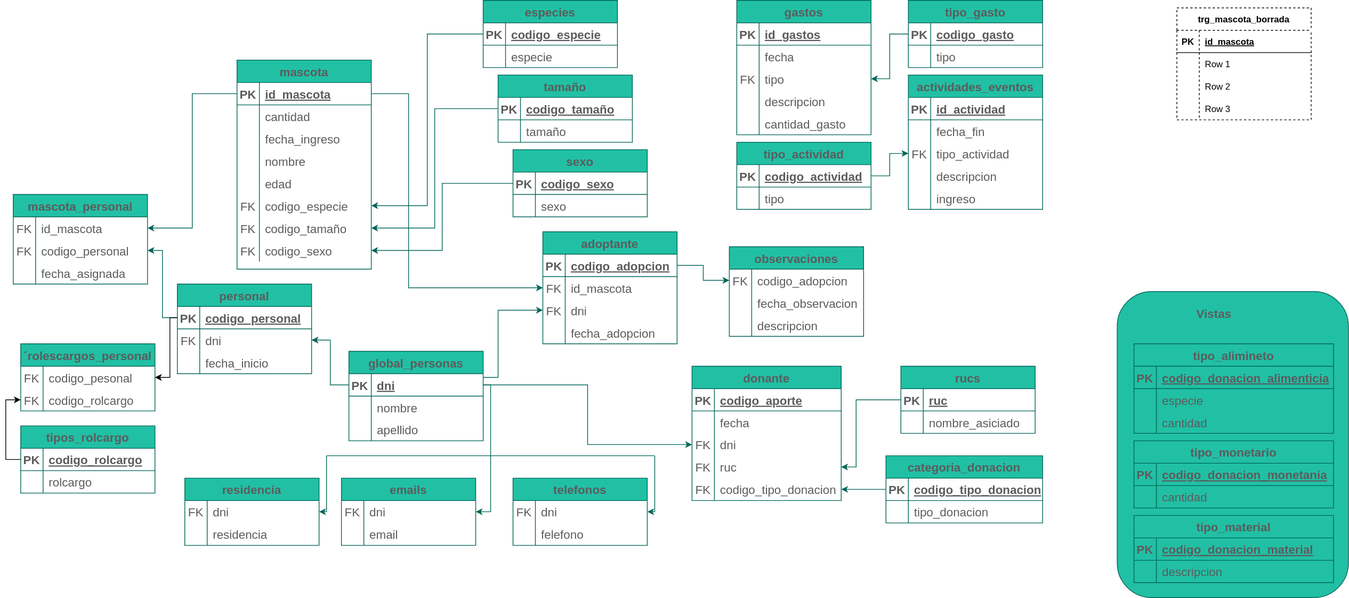
This is diagramas/tablas/Untitled Diagram.drawio.svg from Leo-Spj/SQL-CoderHouse, a draw.io export, as it was before one commit. Source tidied: cells renumbered, new cells last; positions are measured from the earlier drawing's top-left corner, leaving out a move shared by most shapes.
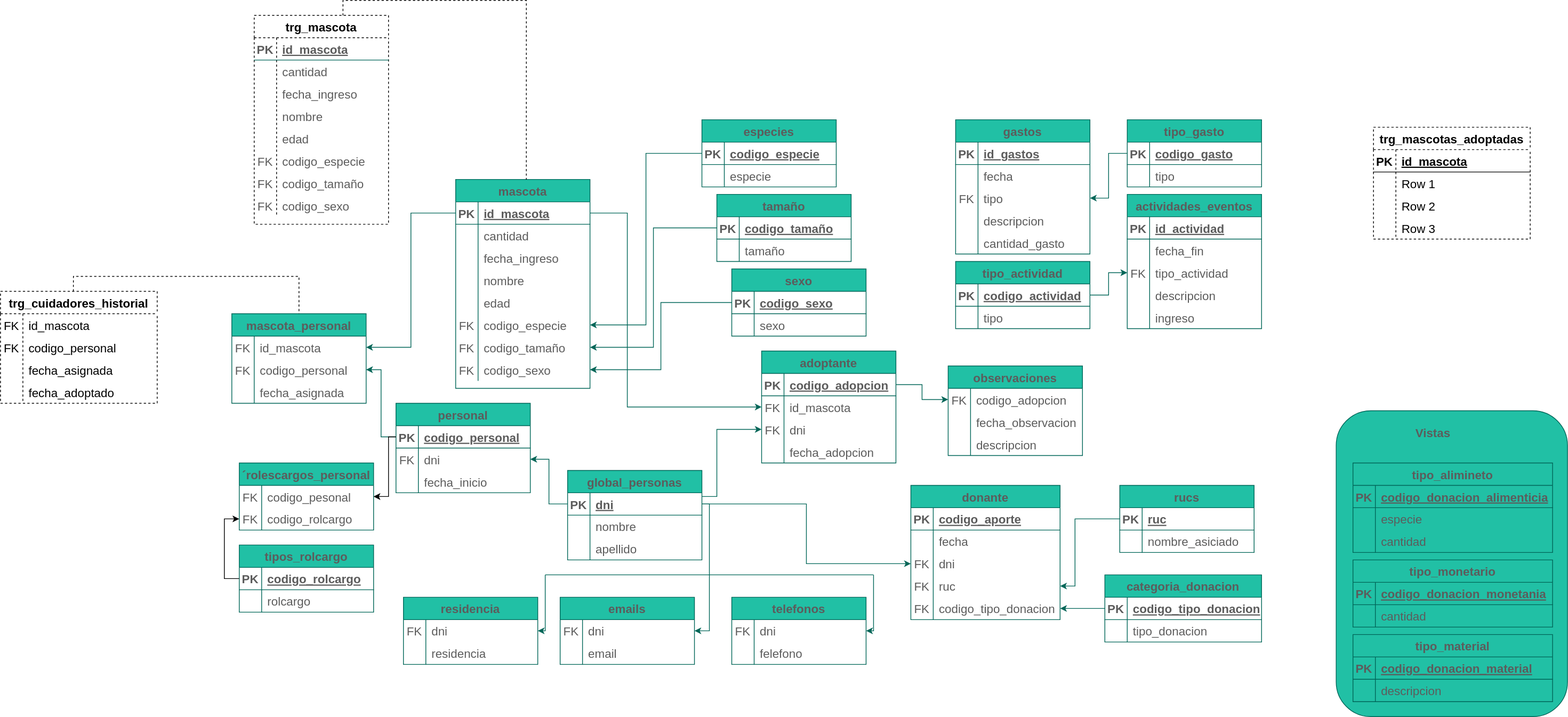
The same diagram one commit later.

What changed in the source:
```diff
@@ -809,44 +809,164 @@
         </Array>
       </mxGeometry>
     </mxCell>
-    <mxCell id="259" value="trg_mascota_borrada" style="shape=table;startSize=30;rowLines=0;fontStyle=1;align=center;dashed=1;" parent="1" vertex="1">
-      <mxGeometry x="1570" y="10" width="180" height="150" as="geometry" />
+    <mxCell id="259" value="trg_mascotas_adoptadas" style="shape=table;startSize=30;rowLines=0;fontStyle=1;align=center;dashed=1;fontSize=16;" parent="1" vertex="1">
+      <mxGeometry x="1540" y="10" width="210" height="150" as="geometry" />
     </mxCell>
-    <mxCell id="260" style="shape=tableRow;horizontal=0;startSize=0;swimlaneHead=0;swimlaneBody=0;fillColor=none;top=0;left=0;right=0;bottom=1;" parent="259" vertex="1">
-      <mxGeometry y="30" width="180" height="30" as="geometry" />
+    <mxCell id="260" style="shape=tableRow;horizontal=0;startSize=0;swimlaneHead=0;swimlaneBody=0;fillColor=none;top=0;left=0;right=0;bottom=1;fontSize=16;" parent="259" vertex="1">
+      <mxGeometry y="30" width="210" height="30" as="geometry" />
     </mxCell>
-    <mxCell id="261" value="PK" style="shape=partialRectangle;fillColor=none;top=0;left=0;bottom=0;right=0;fontStyle=1;overflow=hidden;" parent="260" vertex="1">
+    <mxCell id="261" value="PK" style="shape=partialRectangle;fillColor=none;top=0;left=0;bottom=0;right=0;fontStyle=1;overflow=hidden;fontSize=16;" parent="260" vertex="1">
       <mxGeometry width="30" height="30" as="geometry" />
     </mxCell>
-    <mxCell id="262" value="id_mascota" style="shape=partialRectangle;fillColor=none;top=0;left=0;bottom=0;right=0;align=left;spacingLeft=6;fontStyle=5;overflow=hidden;" parent="260" vertex="1">
-      <mxGeometry x="30" width="150" height="30" as="geometry" />
+    <mxCell id="262" value="id_mascota" style="shape=partialRectangle;fillColor=none;top=0;left=0;bottom=0;right=0;align=left;spacingLeft=6;fontStyle=5;overflow=hidden;fontSize=16;" parent="260" vertex="1">
+      <mxGeometry x="30" width="180" height="30" as="geometry" />
     </mxCell>
-    <mxCell id="263" style="shape=tableRow;horizontal=0;startSize=0;swimlaneHead=0;swimlaneBody=0;fillColor=none;top=0;left=0;right=0;bottom=0;" parent="259" vertex="1">
-      <mxGeometry y="60" width="180" height="30" as="geometry" />
+    <mxCell id="263" style="shape=tableRow;horizontal=0;startSize=0;swimlaneHead=0;swimlaneBody=0;fillColor=none;top=0;left=0;right=0;bottom=0;fontSize=16;" parent="259" vertex="1">
+      <mxGeometry y="60" width="210" height="30" as="geometry" />
     </mxCell>
-    <mxCell id="264" style="shape=partialRectangle;fillColor=none;top=0;left=0;bottom=0;right=0;overflow=hidden;" parent="263" vertex="1">
+    <mxCell id="264" style="shape=partialRectangle;fillColor=none;top=0;left=0;bottom=0;right=0;overflow=hidden;fontSize=16;" parent="263" vertex="1">
       <mxGeometry width="30" height="30" as="geometry" />
     </mxCell>
-    <mxCell id="265" value="Row 1" style="shape=partialRectangle;fillColor=none;top=0;left=0;bottom=0;right=0;align=left;spacingLeft=6;overflow=hidden;" parent="263" vertex="1">
-      <mxGeometry x="30" width="150" height="30" as="geometry" />
+    <mxCell id="265" value="Row 1" style="shape=partialRectangle;fillColor=none;top=0;left=0;bottom=0;right=0;align=left;spacingLeft=6;overflow=hidden;fontSize=16;" parent="263" vertex="1">
+      <mxGeometry x="30" width="180" height="30" as="geometry" />
     </mxCell>
-    <mxCell id="266" style="shape=tableRow;horizontal=0;startSize=0;swimlaneHead=0;swimlaneBody=0;fillColor=none;top=0;left=0;right=0;bottom=0;" parent="259" vertex="1">
-      <mxGeometry y="90" width="180" height="30" as="geometry" />
+    <mxCell id="266" style="shape=tableRow;horizontal=0;startSize=0;swimlaneHead=0;swimlaneBody=0;fillColor=none;top=0;left=0;right=0;bottom=0;fontSize=16;" parent="259" vertex="1">
+      <mxGeometry y="90" width="210" height="30" as="geometry" />
     </mxCell>
-    <mxCell id="267" style="shape=partialRectangle;fillColor=none;top=0;left=0;bottom=0;right=0;overflow=hidden;" parent="266" vertex="1">
+    <mxCell id="267" style="shape=partialRectangle;fillColor=none;top=0;left=0;bottom=0;right=0;overflow=hidden;fontSize=16;" parent="266" vertex="1">
       <mxGeometry width="30" height="30" as="geometry" />
     </mxCell>
-    <mxCell id="268" value="Row 2" style="shape=partialRectangle;fillColor=none;top=0;left=0;bottom=0;right=0;align=left;spacingLeft=6;overflow=hidden;" parent="266" vertex="1">
-      <mxGeometry x="30" width="150" height="30" as="geometry" />
+    <mxCell id="268" value="Row 2" style="shape=partialRectangle;fillColor=none;top=0;left=0;bottom=0;right=0;align=left;spacingLeft=6;overflow=hidden;fontSize=16;" parent="266" vertex="1">
+      <mxGeometry x="30" width="180" height="30" as="geometry" />
     </mxCell>
-    <mxCell id="269" style="shape=tableRow;horizontal=0;startSize=0;swimlaneHead=0;swimlaneBody=0;fillColor=none;top=0;left=0;right=0;bottom=0;" parent="259" vertex="1">
-      <mxGeometry y="120" width="180" height="30" as="geometry" />
+    <mxCell id="269" style="shape=tableRow;horizontal=0;startSize=0;swimlaneHead=0;swimlaneBody=0;fillColor=none;top=0;left=0;right=0;bottom=0;fontSize=16;" parent="259" vertex="1">
+      <mxGeometry y="120" width="210" height="30" as="geometry" />
     </mxCell>
-    <mxCell id="270" style="shape=partialRectangle;fillColor=none;top=0;left=0;bottom=0;right=0;overflow=hidden;" parent="269" vertex="1">
+    <mxCell id="270" style="shape=partialRectangle;fillColor=none;top=0;left=0;bottom=0;right=0;overflow=hidden;fontSize=16;" parent="269" vertex="1">
       <mxGeometry width="30" height="30" as="geometry" />
     </mxCell>
-    <mxCell id="271" value="Row 3" style="shape=partialRectangle;fillColor=none;top=0;left=0;bottom=0;right=0;align=left;spacingLeft=6;overflow=hidden;" parent="269" vertex="1">
-      <mxGeometry x="30" width="150" height="30" as="geometry" />
+    <mxCell id="271" value="Row 3" style="shape=partialRectangle;fillColor=none;top=0;left=0;bottom=0;right=0;align=left;spacingLeft=6;overflow=hidden;fontSize=16;" parent="269" vertex="1">
+      <mxGeometry x="30" width="180" height="30" as="geometry" />
     </mxCell>
+    <mxCell id="272" style="edgeStyle=orthogonalEdgeStyle;rounded=0;jettySize=auto;html=1;entryX=0.5;entryY=0;entryDx=0;entryDy=0;entryPerimeter=0;fontSize=16;exitX=0.465;exitY=0.001;exitDx=0;exitDy=0;exitPerimeter=0;dashed=1;strokeColor=default;startArrow=none;startFill=0;endArrow=none;endFill=0;" parent="1" edge="1" source="273" target="96">
+      <mxGeometry relative="1" as="geometry" />
+    </mxCell>
+    <mxCell id="273" value="trg_cuidadores_historial" style="shape=table;startSize=30;rowLines=0;fontStyle=1;align=center;dashed=1;fontSize=16;" parent="1" vertex="1">
+      <mxGeometry x="-300" y="230" width="210" height="150" as="geometry" />
+    </mxCell>
+    <mxCell id="274" style="shape=tableRow;horizontal=0;startSize=0;swimlaneHead=0;swimlaneBody=0;fillColor=none;top=0;left=0;right=0;bottom=0;fontSize=16;" parent="273" vertex="1">
+      <mxGeometry y="30" width="210" height="30" as="geometry" />
+    </mxCell>
+    <mxCell id="275" value="FK" style="shape=partialRectangle;fillColor=none;top=0;left=0;bottom=0;right=0;overflow=hidden;fontSize=16;" parent="274" vertex="1">
+      <mxGeometry width="30" height="30" as="geometry" />
+    </mxCell>
+    <mxCell id="276" value="id_mascota" style="shape=partialRectangle;fillColor=none;top=0;left=0;bottom=0;right=0;align=left;spacingLeft=6;overflow=hidden;fontSize=16;" parent="274" vertex="1">
+      <mxGeometry x="30" width="180" height="30" as="geometry" />
+    </mxCell>
+    <mxCell id="277" style="shape=tableRow;horizontal=0;startSize=0;swimlaneHead=0;swimlaneBody=0;fillColor=none;top=0;left=0;right=0;bottom=0;fontSize=16;" parent="273" vertex="1">
+      <mxGeometry y="60" width="210" height="30" as="geometry" />
+    </mxCell>
+    <mxCell id="278" value="FK" style="shape=partialRectangle;fillColor=none;top=0;left=0;bottom=0;right=0;overflow=hidden;fontSize=16;" parent="277" vertex="1">
+      <mxGeometry width="30" height="30" as="geometry" />
+    </mxCell>
+    <mxCell id="279" value="codigo_personal" style="shape=partialRectangle;fillColor=none;top=0;left=0;bottom=0;right=0;align=left;spacingLeft=6;overflow=hidden;fontSize=16;" parent="277" vertex="1">
+      <mxGeometry x="30" width="180" height="30" as="geometry" />
+    </mxCell>
+    <mxCell id="280" style="shape=tableRow;horizontal=0;startSize=0;swimlaneHead=0;swimlaneBody=0;fillColor=none;top=0;left=0;right=0;bottom=0;fontSize=16;" parent="273" vertex="1">
+      <mxGeometry y="90" width="210" height="30" as="geometry" />
+    </mxCell>
+    <mxCell id="281" style="shape=partialRectangle;fillColor=none;top=0;left=0;bottom=0;right=0;overflow=hidden;fontSize=16;" parent="280" vertex="1">
+      <mxGeometry width="30" height="30" as="geometry" />
+    </mxCell>
+    <mxCell id="282" value="fecha_asignada" style="shape=partialRectangle;fillColor=none;top=0;left=0;bottom=0;right=0;align=left;spacingLeft=6;overflow=hidden;fontSize=16;" parent="280" vertex="1">
+      <mxGeometry x="30" width="180" height="30" as="geometry" />
+    </mxCell>
+    <mxCell id="283" style="shape=tableRow;horizontal=0;startSize=0;swimlaneHead=0;swimlaneBody=0;fillColor=none;top=0;left=0;right=0;bottom=0;fontSize=16;" parent="273" vertex="1">
+      <mxGeometry y="120" width="210" height="30" as="geometry" />
+    </mxCell>
+    <mxCell id="284" style="shape=partialRectangle;fillColor=none;top=0;left=0;bottom=0;right=0;overflow=hidden;fontSize=16;" parent="283" vertex="1">
+      <mxGeometry width="30" height="30" as="geometry" />
+    </mxCell>
+    <mxCell id="285" value="fecha_adoptado" style="shape=partialRectangle;fillColor=none;top=0;left=0;bottom=0;right=0;align=left;spacingLeft=6;overflow=hidden;fontSize=16;" parent="283" vertex="1">
+      <mxGeometry x="30" width="180" height="30" as="geometry" />
+    </mxCell>
+    <mxCell id="286" style="edgeStyle=orthogonalEdgeStyle;rounded=0;jettySize=auto;html=1;entryX=0.526;entryY=0.001;entryDx=0;entryDy=0;entryPerimeter=0;dashed=1;strokeColor=default;fontSize=16;startArrow=none;startFill=0;endArrow=none;endFill=0;exitX=0.661;exitY=0.001;exitDx=0;exitDy=0;exitPerimeter=0;" parent="1" edge="1" source="287" target="2">
+      <mxGeometry relative="1" as="geometry" />
+    </mxCell>
+    <mxCell id="287" value="trg_mascota" style="shape=table;startSize=30;rowLines=0;fontStyle=1;align=center;fontSize=16;dashed=1;" parent="1" vertex="1">
+      <mxGeometry x="40" y="-140" width="180" height="280" as="geometry" />
+    </mxCell>
+    <mxCell id="288" style="shape=partialRectangle;fillColor=none;top=0;left=0;right=0;bottom=1;fontSize=16;strokeColor=#006658;fontColor=#5C5C5C;" parent="287" vertex="1">
+      <mxGeometry y="30" width="180" height="30" as="geometry" />
+    </mxCell>
+    <mxCell id="289" value="PK" style="shape=partialRectangle;overflow=hidden;fillColor=none;top=0;left=0;bottom=0;right=0;fontStyle=1;fontSize=16;strokeColor=#006658;fontColor=#5C5C5C;" parent="288" vertex="1">
+      <mxGeometry width="30" height="30" as="geometry" />
+    </mxCell>
+    <mxCell id="290" value="id_mascota" style="shape=partialRectangle;overflow=hidden;fillColor=none;top=0;left=0;bottom=0;right=0;align=left;spacingLeft=6;fontStyle=5;fontSize=16;strokeColor=#006658;fontColor=#5C5C5C;" parent="288" vertex="1">
+      <mxGeometry x="30" width="150" height="30" as="geometry" />
+    </mxCell>
+    <mxCell id="291" style="shape=partialRectangle;fillColor=none;top=0;left=0;right=0;bottom=0;fontSize=16;strokeColor=#006658;fontColor=#5C5C5C;" parent="287" vertex="1">
+      <mxGeometry y="60" width="180" height="30" as="geometry" />
+    </mxCell>
+    <mxCell id="292" style="shape=partialRectangle;overflow=hidden;fillColor=none;top=0;left=0;bottom=0;right=0;fontSize=16;strokeColor=#006658;fontColor=#5C5C5C;" parent="291" vertex="1">
+      <mxGeometry width="30" height="30" as="geometry" />
+    </mxCell>
+    <mxCell id="293" value="cantidad" style="shape=partialRectangle;overflow=hidden;fillColor=none;top=0;left=0;bottom=0;right=0;align=left;spacingLeft=6;fontSize=16;strokeColor=#006658;fontColor=#5C5C5C;" parent="291" vertex="1">
+      <mxGeometry x="30" width="150" height="30" as="geometry" />
+    </mxCell>
+    <mxCell id="294" style="shape=partialRectangle;fillColor=none;top=0;left=0;right=0;bottom=0;fontSize=16;strokeColor=#006658;fontColor=#5C5C5C;" parent="287" vertex="1">
+      <mxGeometry y="90" width="180" height="30" as="geometry" />
+    </mxCell>
+    <mxCell id="295" style="shape=partialRectangle;overflow=hidden;fillColor=none;top=0;left=0;bottom=0;right=0;fontSize=16;strokeColor=#006658;fontColor=#5C5C5C;" parent="294" vertex="1">
+      <mxGeometry width="30" height="30" as="geometry" />
+    </mxCell>
+    <mxCell id="296" value="fecha_ingreso" style="shape=partialRectangle;overflow=hidden;fillColor=none;top=0;left=0;bottom=0;right=0;align=left;spacingLeft=6;fontSize=16;strokeColor=#006658;fontColor=#5C5C5C;" parent="294" vertex="1">
+      <mxGeometry x="30" width="150" height="30" as="geometry" />
+    </mxCell>
+    <mxCell id="297" style="shape=partialRectangle;fillColor=none;top=0;left=0;right=0;bottom=0;fontSize=16;strokeColor=#006658;fontColor=#5C5C5C;" parent="287" vertex="1">
+      <mxGeometry y="120" width="180" height="30" as="geometry" />
+    </mxCell>
+    <mxCell id="298" style="shape=partialRectangle;overflow=hidden;fillColor=none;top=0;left=0;bottom=0;right=0;fontSize=16;strokeColor=#006658;fontColor=#5C5C5C;" parent="297" vertex="1">
+      <mxGeometry width="30" height="30" as="geometry" />
+    </mxCell>
+    <mxCell id="299" value="nombre" style="shape=partialRectangle;overflow=hidden;fillColor=none;top=0;left=0;bottom=0;right=0;align=left;spacingLeft=6;fontSize=16;strokeColor=#006658;fontColor=#5C5C5C;" parent="297" vertex="1">
+      <mxGeometry x="30" width="150" height="30" as="geometry" />
+    </mxCell>
+    <mxCell id="300" style="shape=partialRectangle;fillColor=none;top=0;left=0;right=0;bottom=0;fontSize=16;strokeColor=#006658;fontColor=#5C5C5C;" parent="287" vertex="1">
+      <mxGeometry y="150" width="180" height="30" as="geometry" />
+    </mxCell>
+    <mxCell id="301" style="shape=partialRectangle;overflow=hidden;fillColor=none;top=0;left=0;bottom=0;right=0;fontSize=16;strokeColor=#006658;fontColor=#5C5C5C;" parent="300" vertex="1">
+      <mxGeometry width="30" height="30" as="geometry" />
+    </mxCell>
+    <mxCell id="302" value="edad" style="shape=partialRectangle;overflow=hidden;fillColor=none;top=0;left=0;bottom=0;right=0;align=left;spacingLeft=6;fontSize=16;strokeColor=#006658;fontColor=#5C5C5C;" parent="300" vertex="1">
+      <mxGeometry x="30" width="150" height="30" as="geometry" />
+    </mxCell>
+    <mxCell id="303" style="shape=partialRectangle;fillColor=none;top=0;left=0;right=0;bottom=0;fontSize=16;strokeColor=#006658;fontColor=#5C5C5C;" parent="287" vertex="1">
+      <mxGeometry y="180" width="180" height="30" as="geometry" />
+    </mxCell>
+    <mxCell id="304" value="FK" style="shape=partialRectangle;overflow=hidden;fillColor=none;top=0;left=0;bottom=0;right=0;fontSize=16;strokeColor=#006658;fontColor=#5C5C5C;" parent="303" vertex="1">
+      <mxGeometry width="30" height="30" as="geometry" />
+    </mxCell>
+    <mxCell id="305" value="codigo_especie" style="shape=partialRectangle;overflow=hidden;fillColor=none;top=0;left=0;bottom=0;right=0;align=left;spacingLeft=6;fontSize=16;strokeColor=#006658;fontColor=#5C5C5C;" parent="303" vertex="1">
+      <mxGeometry x="30" width="150" height="30" as="geometry" />
+    </mxCell>
+    <mxCell id="306" style="shape=partialRectangle;fillColor=none;top=0;left=0;right=0;bottom=0;fontSize=16;strokeColor=#006658;fontColor=#5C5C5C;" parent="287" vertex="1">
+      <mxGeometry y="210" width="180" height="30" as="geometry" />
+    </mxCell>
+    <mxCell id="307" value="FK" style="shape=partialRectangle;overflow=hidden;fillColor=none;top=0;left=0;bottom=0;right=0;fontSize=16;strokeColor=#006658;fontColor=#5C5C5C;" parent="306" vertex="1">
+      <mxGeometry width="30" height="30" as="geometry" />
+    </mxCell>
+    <mxCell id="308" value="codigo_tamaño" style="shape=partialRectangle;overflow=hidden;fillColor=none;top=0;left=0;bottom=0;right=0;align=left;spacingLeft=6;fontSize=16;strokeColor=#006658;fontColor=#5C5C5C;" parent="306" vertex="1">
+      <mxGeometry x="30" width="150" height="30" as="geometry" />
+    </mxCell>
+    <mxCell id="309" style="shape=partialRectangle;fillColor=none;top=0;left=0;right=0;bottom=0;fontSize=16;strokeColor=#006658;fontColor=#5C5C5C;" parent="287" vertex="1">
+      <mxGeometry y="240" width="180" height="30" as="geometry" />
+    </mxCell>
+    <mxCell id="310" value="FK" style="shape=partialRectangle;overflow=hidden;fillColor=none;top=0;left=0;bottom=0;right=0;fontSize=16;strokeColor=#006658;fontColor=#5C5C5C;" parent="309" vertex="1">
+      <mxGeometry width="30" height="30" as="geometry" />
+    </mxCell>
+    <mxCell id="311" value="codigo_sexo" style="shape=partialRectangle;overflow=hidden;fillColor=none;top=0;left=0;bottom=0;right=0;align=left;spacingLeft=6;fontSize=16;strokeColor=#006658;fontColor=#5C5C5C;" parent="309" vertex="1">
+      <mxGeometry x="30" width="150" height="30" as="geometry" />
+    </mxCell>
   </root>
 </mxGraphModel>
```
